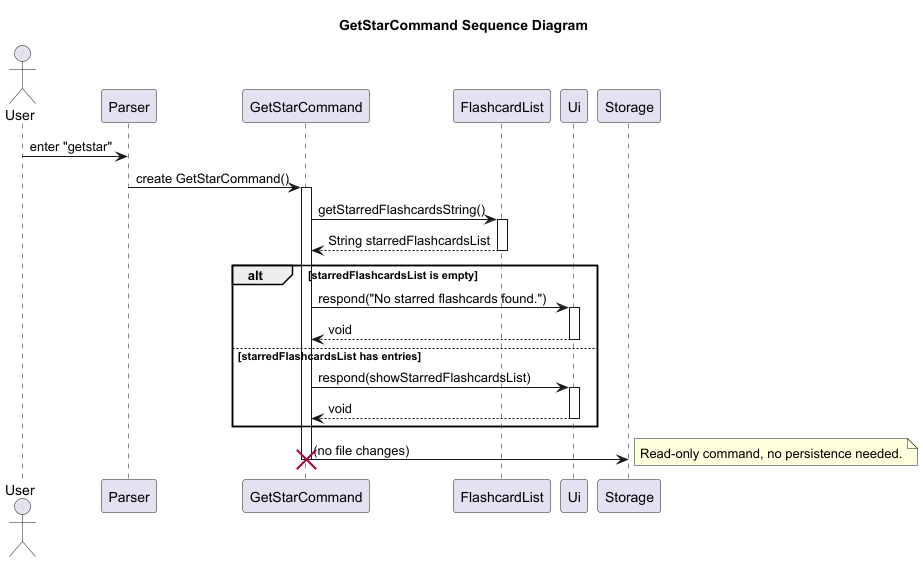
Above: docs/images/GetStarFeature_Overall.png in ashutoshalung/tp (PlantUML), before the change. Its diagram source:
```plantuml
@startuml
title GetStarCommand Sequence Diagram

actor User
participant Parser
participant GetStarCommand
participant FlashcardList
participant Ui
participant Storage

User -> Parser : enter "getstar"
Parser -> GetStarCommand : create GetStarCommand()

activate GetStarCommand
GetStarCommand -> FlashcardList : getStarredFlashcardsString()
activate FlashcardList
FlashcardList --> GetStarCommand : String starredFlashcardsList
deactivate FlashcardList

alt starredFlashcardsList is empty
    GetStarCommand -> Ui : respond("No starred flashcards found.")
    activate Ui
    Ui --> GetStarCommand : void
    deactivate Ui
else starredFlashcardsList has entries
    GetStarCommand -> Ui : respond(showStarredFlashcardsList)
    activate Ui
    Ui --> GetStarCommand : void
    deactivate Ui
end

GetStarCommand -> Storage : (no file changes)
note right: Read-only command, no persistence needed.

destroy GetStarCommand

@enduml
```
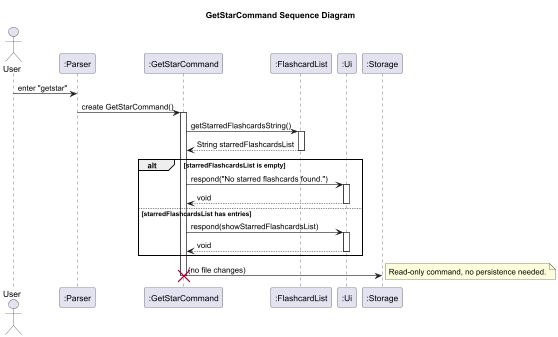
After the change.

Commit message:
Fix star flashcard feature

What changed in the source:
```diff
@@ -2,36 +2,36 @@
 title GetStarCommand Sequence Diagram
 
 actor User
-participant Parser
-participant GetStarCommand
-participant FlashcardList
-participant Ui
-participant Storage
+participant ":Parser" as parser
+participant ":GetStarCommand" as getStarCommand
+participant ":FlashcardList" as flashcardList
+participant ":Ui" as ui
+participant ":Storage" as storage
 
-User -> Parser : enter "getstar"
-Parser -> GetStarCommand : create GetStarCommand()
+User -> parser : enter "getstar"
+parser -> getStarCommand : create GetStarCommand()
+activate getStarCommand
 
-activate GetStarCommand
-GetStarCommand -> FlashcardList : getStarredFlashcardsString()
-activate FlashcardList
-FlashcardList --> GetStarCommand : String starredFlashcardsList
-deactivate FlashcardList
+getStarCommand -> flashcardList : getStarredFlashcardsString()
+activate flashcardList
+flashcardList --> getStarCommand : String starredFlashcardsList
+deactivate flashcardList
 
 alt starredFlashcardsList is empty
-    GetStarCommand -> Ui : respond("No starred flashcards found.")
-    activate Ui
-    Ui --> GetStarCommand : void
-    deactivate Ui
+    getStarCommand -> ui : respond("No starred flashcards found.")
+    activate ui
+    ui --> getStarCommand : void
+    deactivate ui
 else starredFlashcardsList has entries
-    GetStarCommand -> Ui : respond(showStarredFlashcardsList)
-    activate Ui
-    Ui --> GetStarCommand : void
-    deactivate Ui
+    getStarCommand -> ui : respond(showStarredFlashcardsList)
+    activate ui
+    ui --> getStarCommand : void
+    deactivate ui
 end
 
-GetStarCommand -> Storage : (no file changes)
+getStarCommand -> storage : (no file changes)
 note right: Read-only command, no persistence needed.
 
-destroy GetStarCommand
+destroy getStarCommand
 
 @enduml
```
